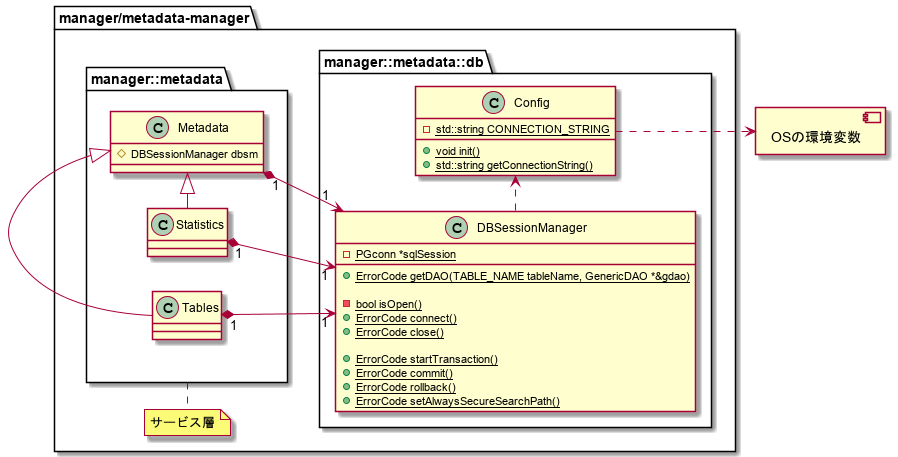
Earlier version of the PlantUML export metadata-manager/docs/statistic/02.FD/out/uml/ClassDiagram_detail/ClassDiagram_detail_dbsm.png (project-tsurugi/metadata-manager).
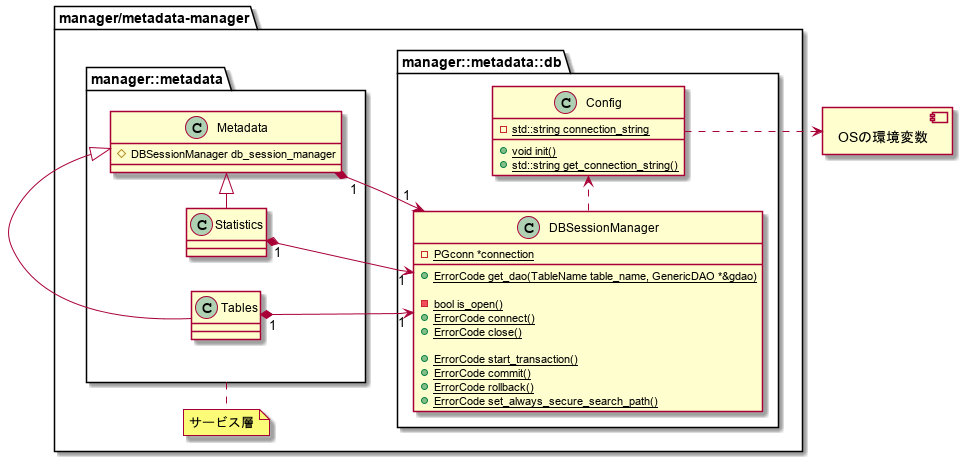
After the change.

Diff of the diagram source:
```diff
@@ -6,7 +6,7 @@
   package manager::metadata as manager_metadata{
 
     class "Metadata" as Metadata {
-      {field}#DBSessionManager dbsm
+      {field}#DBSessionManager db_session_manager
     }
 
     class Statistics {
@@ -20,24 +20,24 @@
   package manager::metadata::db{
 
     class "DBSessionManager" as DBSM {
-      {field}-{static}PGconn *sqlSession
+      {field}-{static}PGconn *connection
 
-      {method}+{static}ErrorCode getDAO(TABLE_NAME tableName, GenericDAO *&gdao)
+      {method}+{static}ErrorCode get_dao(TableName table_name, GenericDAO *&gdao)
       {method}
-      {method}-{static}bool isOpen()
+      {method}-{static}bool is_open()
       {method}+{static}ErrorCode connect()
       {method}+{static}ErrorCode close()
       {method}
-      {method}+{static}ErrorCode startTransaction()
+      {method}+{static}ErrorCode start_transaction()
       {method}+{static}ErrorCode commit()
       {method}+{static}ErrorCode rollback()
-      {method}+{static}ErrorCode setAlwaysSecureSearchPath()
+      {method}+{static}ErrorCode set_always_secure_search_path()
     }
 
     class Config {
-      {field}-{static}std::string CONNECTION_STRING
+      {field}-{static}std::string connection_string
       {method}+{static}void init()
-      {method}+{static}std::string getConnectionString()
+      {method}+{static}std::string get_connection_string()
     }
   }
 
```
